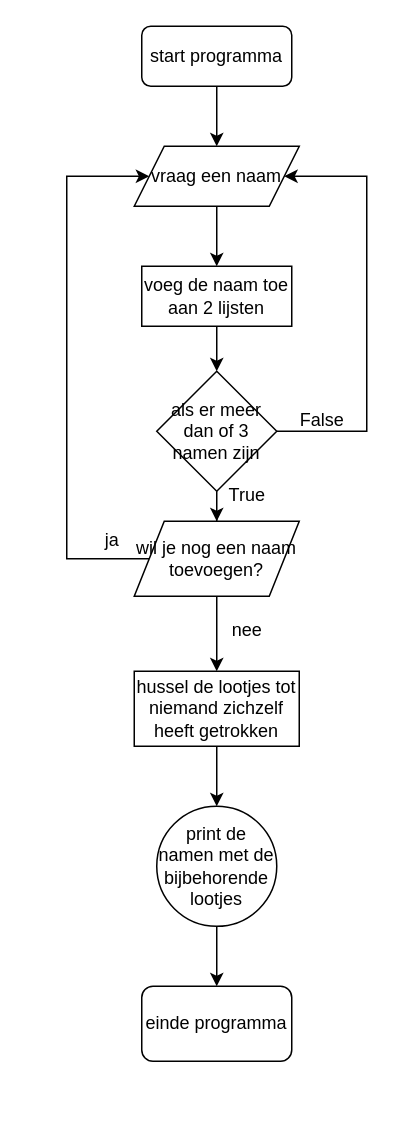
This is module 3/proef/lootjes.drawio from Jesse-Qrtl/leren-programmeren, a draw.io file, before an edit. Source tidied: cells renumbered, new cells numbered last; positions are measured from the earlier drawing's top-left corner, leaving out a move shared by most shapes. Both pictures are drawn from the tidied source at 150%, with x=0, y=0 at pixel (66, 26).
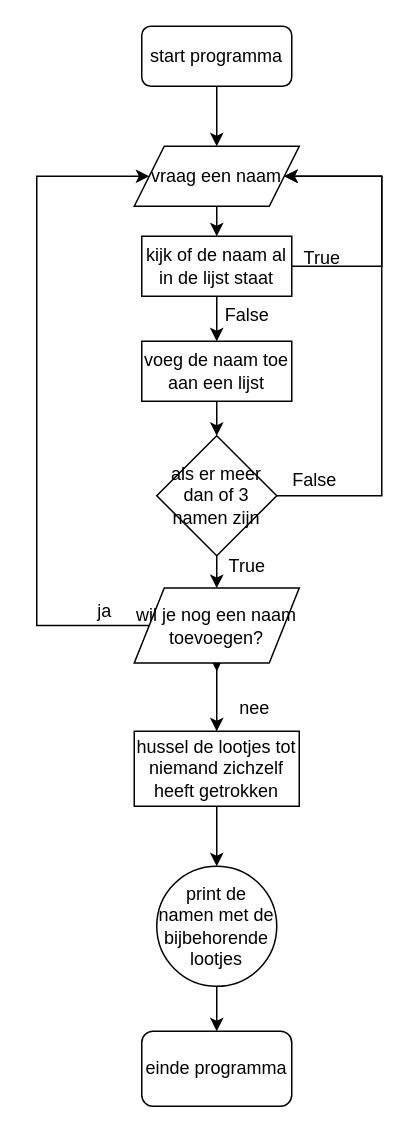
The same page after the edit.

Unchanged cells that the change refers to:
```xml
<mxCell id="5" value="vraag een naam" style="shape=parallelogram;perimeter=parallelogramPerimeter;whiteSpace=wrap;html=1;fixedSize=1;" parent="1" vertex="1">
  <mxGeometry x="45" y="80" width="110" height="40" as="geometry" />
</mxCell>
```

What changed in the source:
```diff
@@
-    <mxCell id="4" style="edgeStyle=orthogonalEdgeStyle;rounded=0;jettySize=auto;html=1;exitX=0.5;exitY=1;exitDx=0;exitDy=0;" parent="1" edge="1" source="5" target="7">
-      <mxGeometry relative="1" as="geometry" />
-    </mxCell>
+    <mxCell id="23" style="edgeStyle=orthogonalEdgeStyle;rounded=0;jettySize=auto;html=1;exitX=0.5;exitY=1;exitDx=0;exitDy=0;entryX=0.5;entryY=0;entryDx=0;entryDy=0;" parent="1" edge="1" source="5" target="28">
+      <mxGeometry relative="1" as="geometry" />
+    </mxCell>
@@
-    <mxCell id="7" value="voeg de naam toe aan 2 lijsten" style="rounded=0;whiteSpace=wrap;html=1;" parent="1" vertex="1">
-      <mxGeometry x="50" y="160" width="100" height="40" as="geometry" />
+    <mxCell id="7" value="voeg de naam toe aan een lijst" style="rounded=0;whiteSpace=wrap;html=1;" parent="1" vertex="1">
+      <mxGeometry x="50" y="210" width="100" height="40" as="geometry" />
     </mxCell>
+    <mxCell id="9" style="edgeStyle=orthogonalEdgeStyle;rounded=0;jettySize=auto;html=1;exitX=0.5;exitY=1;exitDx=0;exitDy=0;" parent="1" edge="1" source="10" target="14">
+      <mxGeometry relative="1" as="geometry" />
+    </mxCell>
     <mxCell id="8" style="edgeStyle=orthogonalEdgeStyle;rounded=0;jettySize=auto;html=1;exitX=1;exitY=0.5;exitDx=0;exitDy=0;entryX=1;entryY=0.5;entryDx=0;entryDy=0;" parent="1" edge="1" source="10" target="5">
       <mxGeometry relative="1" as="geometry">
         <Array as="points">
-          <mxPoint x="200" y="270" />
-          <mxPoint x="200" y="100" />
+          <mxPoint x="210" y="313" />
+          <mxPoint x="210" y="100" />
         </Array>
       </mxGeometry>
     </mxCell>
-    <mxCell id="9" style="edgeStyle=orthogonalEdgeStyle;rounded=0;jettySize=auto;html=1;exitX=0.5;exitY=1;exitDx=0;exitDy=0;" parent="1" edge="1" source="10" target="14">
-      <mxGeometry relative="1" as="geometry" />
-    </mxCell>
     <mxCell id="10" value="als er meer dan of 3 namen zijn" style="rhombus;whiteSpace=wrap;html=1;" parent="1" vertex="1">
-      <mxGeometry x="60" y="230" width="80" height="80" as="geometry" />
+      <mxGeometry x="60" y="273" width="80" height="80" as="geometry" />
     </mxCell>
-    <mxCell id="11" value="False" style="text;html=1;align=center;verticalAlign=middle;strokeColor=none;fillColor=none;" parent="1" vertex="1">
-      <mxGeometry x="145" y="248" width="50" height="30" as="geometry" />
-    </mxCell>
+    <mxCell id="13" style="edgeStyle=orthogonalEdgeStyle;rounded=0;jettySize=auto;html=1;exitX=0.5;exitY=1;exitDx=0;exitDy=0;" parent="1" edge="1" source="14">
+      <mxGeometry relative="1" as="geometry">
+        <mxPoint x="100" y="430" as="targetPoint" />
+      </mxGeometry>
+    </mxCell>
+    <mxCell id="24" style="edgeStyle=orthogonalEdgeStyle;rounded=0;jettySize=auto;html=1;exitX=0.5;exitY=1;exitDx=0;exitDy=0;entryX=0.5;entryY=0;entryDx=0;entryDy=0;" parent="1" edge="1" source="14" target="19">
+      <mxGeometry relative="1" as="geometry" />
+    </mxCell>
     <mxCell id="12" style="edgeStyle=orthogonalEdgeStyle;rounded=0;jettySize=auto;html=1;exitX=0;exitY=0.5;exitDx=0;exitDy=0;entryX=0;entryY=0.5;entryDx=0;entryDy=0;" parent="1" edge="1" source="14" target="5">
       <mxGeometry relative="1" as="geometry">
         <Array as="points">
-          <mxPoint y="355" />
-          <mxPoint y="100" />
+          <mxPoint x="-20" y="400" />
+          <mxPoint x="-20" y="100" />
         </Array>
       </mxGeometry>
     </mxCell>
-    <mxCell id="13" style="edgeStyle=orthogonalEdgeStyle;rounded=0;jettySize=auto;html=1;exitX=0.5;exitY=1;exitDx=0;exitDy=0;" parent="1" edge="1" source="14">
-      <mxGeometry relative="1" as="geometry">
-        <mxPoint x="100" y="430" as="targetPoint" />
-      </mxGeometry>
-    </mxCell>
     <mxCell id="14" value="wil je nog een naam toevoegen?" style="shape=parallelogram;perimeter=parallelogramPerimeter;whiteSpace=wrap;html=1;fixedSize=1;" parent="1" vertex="1">
-      <mxGeometry x="45" y="330" width="110" height="50" as="geometry" />
+      <mxGeometry x="45" y="374.5" width="110" height="50" as="geometry" />
     </mxCell>
-    <mxCell id="15" value="ja" style="text;html=1;align=center;verticalAlign=middle;strokeColor=none;fillColor=none;" parent="1" vertex="1">
-      <mxGeometry x="15" y="328" width="30" height="30" as="geometry" />
-    </mxCell>
     <mxCell id="16" value="True" style="text;html=1;align=center;verticalAlign=middle;strokeColor=none;fillColor=none;" parent="1" vertex="1">
-      <mxGeometry x="95" y="298" width="50" height="30" as="geometry" />
+      <mxGeometry x="95" y="344.5" width="50" height="30" as="geometry" />
     </mxCell>
     <mxCell id="17" value="nee" style="text;html=1;align=center;verticalAlign=middle;strokeColor=none;fillColor=none;" parent="1" vertex="1">
-      <mxGeometry x="100" y="388" width="40" height="30" as="geometry" />
+      <mxGeometry x="105" y="440" width="40" height="30" as="geometry" />
     </mxCell>
@@
+    <mxCell id="25" style="edgeStyle=orthogonalEdgeStyle;rounded=0;jettySize=auto;html=1;exitX=0.5;exitY=1;exitDx=0;exitDy=0;entryX=0.5;entryY=0;entryDx=0;entryDy=0;" parent="1" edge="1" source="19" target="21">
+      <mxGeometry relative="1" as="geometry" />
+    </mxCell>
     <mxCell id="19" value="hussel de lootjes tot niemand zichzelf heeft getrokken" style="whiteSpace=wrap;html=1;" parent="1" vertex="1">
-      <mxGeometry x="45" y="430" width="110" height="50" as="geometry" />
+      <mxGeometry x="45" y="470" width="110" height="50" as="geometry" />
     </mxCell>
@@
     <mxCell id="21" value="print de namen met de bijbehorende lootjes" style="ellipse;whiteSpace=wrap;html=1;" parent="1" vertex="1">
-      <mxGeometry x="60" y="520" width="80" height="80" as="geometry" />
+      <mxGeometry x="60" y="560" width="80" height="80" as="geometry" />
     </mxCell>
     <mxCell id="22" value="einde programma" style="rounded=1;whiteSpace=wrap;html=1;" parent="1" vertex="1">
-      <mxGeometry x="50" y="640" width="100" height="50" as="geometry" />
+      <mxGeometry x="50" y="670" width="100" height="50" as="geometry" />
     </mxCell>
+    <mxCell id="26" style="edgeStyle=orthogonalEdgeStyle;rounded=0;jettySize=auto;html=1;exitX=0.5;exitY=1;exitDx=0;exitDy=0;entryX=0.5;entryY=0;entryDx=0;entryDy=0;" parent="1" edge="1" source="28" target="7">
+      <mxGeometry relative="1" as="geometry" />
+    </mxCell>
+    <mxCell id="27" style="edgeStyle=orthogonalEdgeStyle;rounded=0;jettySize=auto;html=1;exitX=1;exitY=0.5;exitDx=0;exitDy=0;entryX=1;entryY=0.5;entryDx=0;entryDy=0;" parent="1" edge="1" source="28" target="5">
+      <mxGeometry relative="1" as="geometry">
+        <Array as="points">
+          <mxPoint x="210" y="160" />
+          <mxPoint x="210" y="100" />
+        </Array>
+      </mxGeometry>
+    </mxCell>
+    <mxCell id="28" value="kijk of de naam al in de lijst staat" style="rounded=0;whiteSpace=wrap;html=1;" parent="1" vertex="1">
+      <mxGeometry x="50" y="140" width="100" height="40" as="geometry" />
+    </mxCell>
+    <mxCell id="29" value="False" style="text;html=1;align=center;verticalAlign=middle;strokeColor=none;fillColor=none;" parent="1" vertex="1">
+      <mxGeometry x="95" y="178" width="50" height="30" as="geometry" />
+    </mxCell>
+    <mxCell id="30" value="True" style="text;html=1;align=center;verticalAlign=middle;strokeColor=none;fillColor=none;" parent="1" vertex="1">
+      <mxGeometry x="145" y="140" width="50" height="30" as="geometry" />
+    </mxCell>
+    <mxCell id="31" value="False" style="text;html=1;align=center;verticalAlign=middle;strokeColor=none;fillColor=none;" parent="1" vertex="1">
+      <mxGeometry x="140" y="288" width="50" height="30" as="geometry" />
+    </mxCell>
+    <mxCell id="15" value="ja" style="text;html=1;align=center;verticalAlign=middle;strokeColor=none;fillColor=none;" parent="1" vertex="1">
+      <mxGeometry x="10" y="374.5" width="30" height="30" as="geometry" />
+    </mxCell>
```
